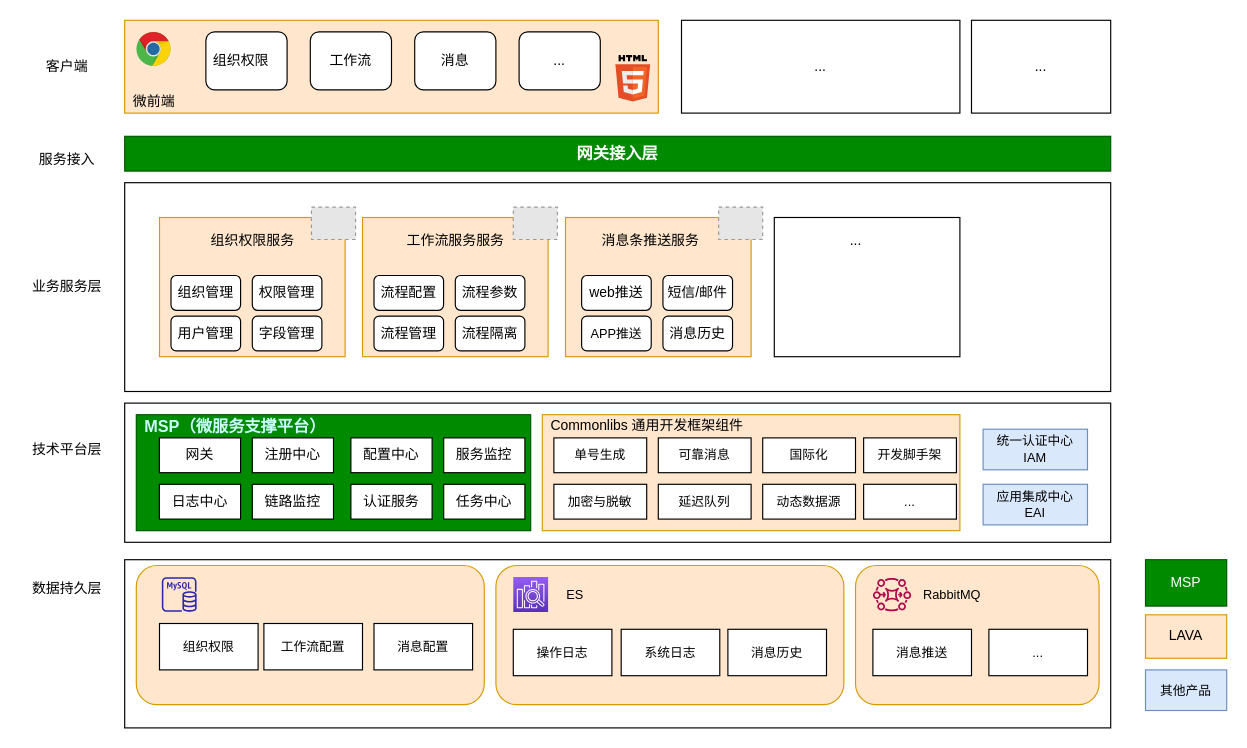
The draw.io diagram lava整体架构介绍.drawio in ambluse/architect, before the edit. Source tidied: cells renumbered, new cells numbered last; positions are measured from the earlier drawing's top-left corner, leaving out a move shared by most shapes. Both pictures are drawn from the tidied source at 116%, with x=0, y=0 at pixel (20, 20). Pictures stored in the file or linked from it are replaced by grey dashed boxes.
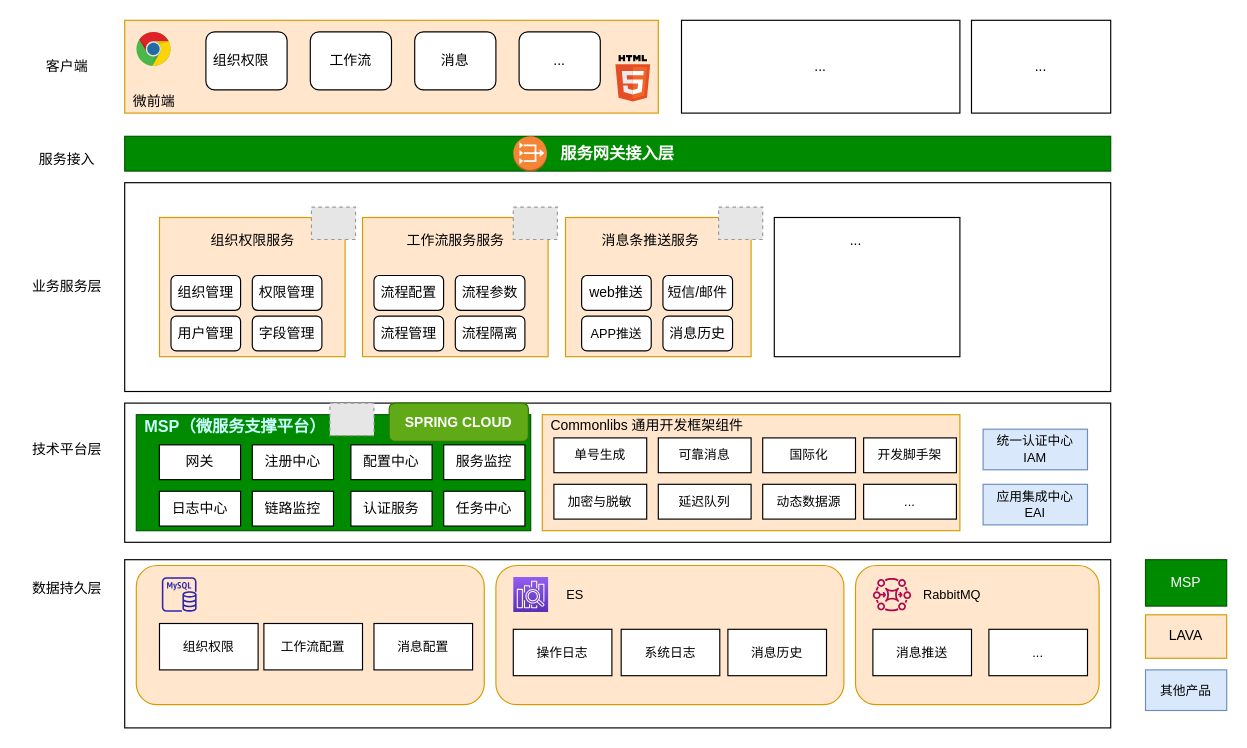
The same diagram, later.

Commit message (it also covers changes not shown here):
Update lava整体架构介绍.drawio

The edit, as a diff of the source:
```diff
@@
-    <mxCell id="12" value="&lt;b&gt;&lt;font style=&quot;font-size: 14px;&quot;&gt;网关接入层&lt;/font&gt;&lt;/b&gt;" style="rounded=0;whiteSpace=wrap;html=1;fillColor=#008a00;strokeColor=#005700;fontColor=#ffffff;" parent="1" vertex="1">
+    <mxCell id="12" value="&lt;b&gt;&lt;font style=&quot;font-size: 14px;&quot;&gt;服务网关接入层&lt;/font&gt;&lt;/b&gt;" style="rounded=0;whiteSpace=wrap;html=1;fillColor=#008a00;strokeColor=#005700;fontColor=#ffffff;" parent="1" vertex="1">
       <mxGeometry x="90" y="100" width="850" height="30" as="geometry" />
     </mxCell>
@@
     <mxCell id="41" value="网关" style="rounded=0;whiteSpace=wrap;html=1;" parent="1" vertex="1">
-      <mxGeometry x="119.9" y="360" width="70" height="30" as="geometry" />
+      <mxGeometry x="119.9" y="366" width="70" height="30" as="geometry" />
     </mxCell>
     <mxCell id="42" value="注册中心" style="rounded=0;whiteSpace=wrap;html=1;" parent="1" vertex="1">
-      <mxGeometry x="200" y="360" width="70" height="30" as="geometry" />
+      <mxGeometry x="200" y="366" width="70" height="30" as="geometry" />
     </mxCell>
     <mxCell id="43" value="配置中心" style="rounded=0;whiteSpace=wrap;html=1;" parent="1" vertex="1">
-      <mxGeometry x="285" y="360" width="70" height="30" as="geometry" />
+      <mxGeometry x="285" y="366" width="70" height="30" as="geometry" />
     </mxCell>
     <mxCell id="44" value="服务监控" style="rounded=0;whiteSpace=wrap;html=1;" parent="1" vertex="1">
-      <mxGeometry x="365" y="360" width="70" height="30" as="geometry" />
+      <mxGeometry x="365" y="366" width="70" height="30" as="geometry" />
     </mxCell>
     <mxCell id="45" value="日志中心" style="rounded=0;whiteSpace=wrap;html=1;" parent="1" vertex="1">
-      <mxGeometry x="119.9" y="400" width="70" height="30" as="geometry" />
+      <mxGeometry x="119.9" y="406" width="70" height="30" as="geometry" />
     </mxCell>
     <mxCell id="46" value="链路监控" style="rounded=0;whiteSpace=wrap;html=1;" parent="1" vertex="1">
-      <mxGeometry x="200" y="400" width="70" height="30" as="geometry" />
+      <mxGeometry x="200" y="406" width="70" height="30" as="geometry" />
     </mxCell>
     <mxCell id="47" value="认证服务" style="rounded=0;whiteSpace=wrap;html=1;" parent="1" vertex="1">
-      <mxGeometry x="285" y="400" width="70" height="30" as="geometry" />
+      <mxGeometry x="285" y="406" width="70" height="30" as="geometry" />
     </mxCell>
     <mxCell id="48" value="任务中心" style="rounded=0;whiteSpace=wrap;html=1;" parent="1" vertex="1">
-      <mxGeometry x="365" y="400" width="70" height="30" as="geometry" />
+      <mxGeometry x="365" y="406" width="70" height="30" as="geometry" />
     </mxCell>
@@
+    <mxCell id="86" value="&lt;b&gt;SPRING CLOUD&lt;/b&gt;" style="rounded=1;whiteSpace=wrap;html=1;strokeColor=#2D7600;fillColor=#60a917;fontColor=#ffffff;" parent="1" vertex="1">
+      <mxGeometry x="318" y="330" width="120" height="33" as="geometry" />
+    </mxCell>
+    <mxCell id="87" style="fillColor=#E6E6E6;strokeColor=#999999;dashed=1;verticalLabelPosition=bottom;labelBackgroundColor=#ffffff;verticalAlign=top;" parent="1" vertex="1">
+      <mxGeometry x="266.9" y="330" width="38" height="28" as="geometry" />
+    </mxCell>
+    <mxCell id="88" style="dashed=0;verticalLabelPosition=bottom;verticalAlign=top;align=center;html=1;shape=mxgraph.aws3.vpc_nat_gateway;fillColor=#F58534;gradientColor=none;fontSize=14;fontColor=#CCFFFF;" parent="1" vertex="1">
+      <mxGeometry x="425" y="100" width="29" height="30.3" as="geometry" />
+    </mxCell>
```
